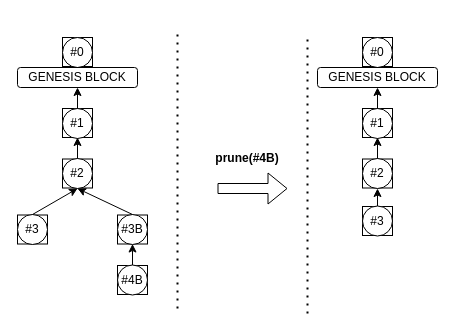
Earlier version of the draw.io diagram store/doc/ForkExample.drawio (bitcoin-sv/bsv-components-library). Source tidied: cells renumbered, new cells numbered last; positions are measured from the earlier drawing's top-left corner, leaving out a move shared by most shapes. Both pictures are drawn from the tidied source at 100%, with x=0, y=0 at pixel (17, 28).
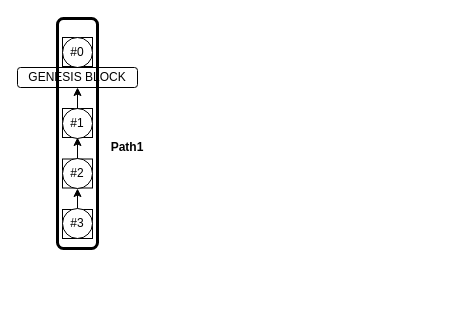
The same diagram, later.

The change refers to these unchanged cells:
```xml
<mxCell id="6" value="#2" style="ellipse;whiteSpace=wrap;html=1;" parent="1" vertex="1">
  <mxGeometry x="45" y="130" width="30" height="30" as="geometry" />
</mxCell>
```

Diff of the diagram source:
```diff
@@
     <mxCell id="11" style="rounded=0;whiteSpace=wrap;html=1;" parent="1" vertex="1">
-      <mxGeometry y="186.5" width="30" height="29" as="geometry" />
+      <mxGeometry x="45" y="181" width="30" height="29" as="geometry" />
     </mxCell>
     <mxCell id="12" value="#3" style="ellipse;whiteSpace=wrap;html=1;" parent="1" vertex="1">
-      <mxGeometry y="186" width="30" height="30" as="geometry" />
+      <mxGeometry x="45" y="180" width="30" height="30" as="geometry" />
     </mxCell>
@@
-    <mxCell id="14" style="rounded=0;whiteSpace=wrap;html=1;" parent="1" vertex="1">
-      <mxGeometry x="100" y="186.5" width="30" height="29" as="geometry" />
-    </mxCell>
-    <mxCell id="15" value="#3B" style="ellipse;whiteSpace=wrap;html=1;" parent="1" vertex="1">
-      <mxGeometry x="100" y="186" width="30" height="30" as="geometry" />
-    </mxCell>
-    <mxCell id="16" style="endArrow=classic;html=1;exitX=0.5;exitY=0;exitDx=0;exitDy=0;entryX=0.5;entryY=1;entryDx=0;entryDy=0;" parent="1" edge="1" source="15" target="6">
-      <mxGeometry relative="1" as="geometry" />
-    </mxCell>
-    <mxCell id="17" style="rounded=0;whiteSpace=wrap;html=1;" parent="1" vertex="1">
-      <mxGeometry x="100" y="237" width="30" height="29" as="geometry" />
-    </mxCell>
-    <mxCell id="18" value="#4B" style="ellipse;whiteSpace=wrap;html=1;" parent="1" vertex="1">
-      <mxGeometry x="100" y="236.5" width="30" height="30" as="geometry" />
-    </mxCell>
-    <mxCell id="19" style="endArrow=classic;html=1;exitX=0.5;exitY=0;exitDx=0;exitDy=0;" parent="1" edge="1" source="18">
-      <mxGeometry relative="1" as="geometry">
-        <mxPoint x="115" y="215.5" as="targetPoint" />
-      </mxGeometry>
-    </mxCell>
-    <mxCell id="20" style="rounded=0;whiteSpace=wrap;html=1;" parent="1" vertex="1">
-      <mxGeometry x="345" y="9" width="30" height="29" as="geometry" />
-    </mxCell>
-    <mxCell id="21" style="rounded=0;whiteSpace=wrap;html=1;" parent="1" vertex="1">
-      <mxGeometry x="345" y="130.5" width="30" height="29" as="geometry" />
-    </mxCell>
-    <mxCell id="22" style="rounded=0;whiteSpace=wrap;html=1;" parent="1" vertex="1">
-      <mxGeometry x="345" y="80" width="30" height="29" as="geometry" />
-    </mxCell>
-    <mxCell id="23" value="#1" style="ellipse;whiteSpace=wrap;html=1;" parent="1" vertex="1">
-      <mxGeometry x="345" y="80" width="30" height="30" as="geometry" />
-    </mxCell>
-    <mxCell id="24" value="#2" style="ellipse;whiteSpace=wrap;html=1;" parent="1" vertex="1">
-      <mxGeometry x="345" y="130" width="30" height="30" as="geometry" />
-    </mxCell>
-    <mxCell id="25" value="#0" style="ellipse;whiteSpace=wrap;html=1;" parent="1" vertex="1">
-      <mxGeometry x="345" y="9" width="30" height="30" as="geometry" />
-    </mxCell>
-    <mxCell id="26" value="GENESIS BLOCK" style="rounded=1;whiteSpace=wrap;html=1;" parent="1" vertex="1">
-      <mxGeometry x="300" y="39" width="120" height="20" as="geometry" />
-    </mxCell>
-    <mxCell id="27" style="endArrow=classic;html=1;exitX=0.5;exitY=0;exitDx=0;exitDy=0;entryX=0.5;entryY=1;entryDx=0;entryDy=0;" parent="1" edge="1" source="23" target="26">
-      <mxGeometry relative="1" as="geometry" />
-    </mxCell>
-    <mxCell id="28" style="endArrow=classic;html=1;exitX=0.5;exitY=0;exitDx=0;exitDy=0;" parent="1" edge="1" source="24">
-      <mxGeometry relative="1" as="geometry">
-        <mxPoint x="360" y="109" as="targetPoint" />
-      </mxGeometry>
-    </mxCell>
-    <mxCell id="29" style="rounded=0;whiteSpace=wrap;html=1;" parent="1" vertex="1">
-      <mxGeometry x="345" y="178" width="30" height="29" as="geometry" />
-    </mxCell>
-    <mxCell id="30" value="#3" style="ellipse;whiteSpace=wrap;html=1;" parent="1" vertex="1">
-      <mxGeometry x="345" y="177.5" width="30" height="30" as="geometry" />
-    </mxCell>
-    <mxCell id="31" style="endArrow=classic;html=1;exitX=0.5;exitY=0;exitDx=0;exitDy=0;entryX=0.5;entryY=1;entryDx=0;entryDy=0;" parent="1" edge="1" source="30" target="24">
-      <mxGeometry relative="1" as="geometry" />
-    </mxCell>
-    <mxCell id="32" value="prune(#4B)" style="text;html=1;strokeColor=none;fillColor=none;align=center;verticalAlign=middle;whiteSpace=wrap;rounded=0;fontStyle=1;" parent="1" vertex="1">
-      <mxGeometry x="210" y="120" width="40" height="20" as="geometry" />
-    </mxCell>
-    <mxCell id="33" style="endArrow=none;dashed=1;html=1;dashPattern=1 3;strokeWidth=2;" parent="1" edge="1">
-      <mxGeometry relative="1" as="geometry">
-        <mxPoint x="160" y="280" as="sourcePoint" />
-        <mxPoint x="160" as="targetPoint" />
-      </mxGeometry>
-    </mxCell>
-    <mxCell id="34" style="endArrow=none;dashed=1;html=1;dashPattern=1 3;strokeWidth=2;" parent="1" edge="1">
-      <mxGeometry relative="1" as="geometry">
-        <mxPoint x="290" y="285" as="sourcePoint" />
-        <mxPoint x="290" y="5" as="targetPoint" />
-      </mxGeometry>
-    </mxCell>
-    <mxCell id="35" style="shape=flexArrow;endArrow=classic;html=1;" parent="1" edge="1">
-      <mxGeometry relative="1" as="geometry">
-        <mxPoint x="200" y="160" as="sourcePoint" />
-        <mxPoint x="270" y="160" as="targetPoint" />
-      </mxGeometry>
-    </mxCell>
+    <mxCell id="36" style="rounded=1;whiteSpace=wrap;html=1;fillColor=none;strokeWidth=3;" parent="1" vertex="1">
+      <mxGeometry x="40" y="-10" width="40" height="230" as="geometry" />
+    </mxCell>
+    <mxCell id="37" value="&lt;b&gt;Path1&lt;/b&gt;" style="text;html=1;strokeColor=none;fillColor=none;align=center;verticalAlign=middle;whiteSpace=wrap;rounded=0;" parent="1" vertex="1">
+      <mxGeometry x="90" y="109" width="40" height="20" as="geometry" />
+    </mxCell>
```
